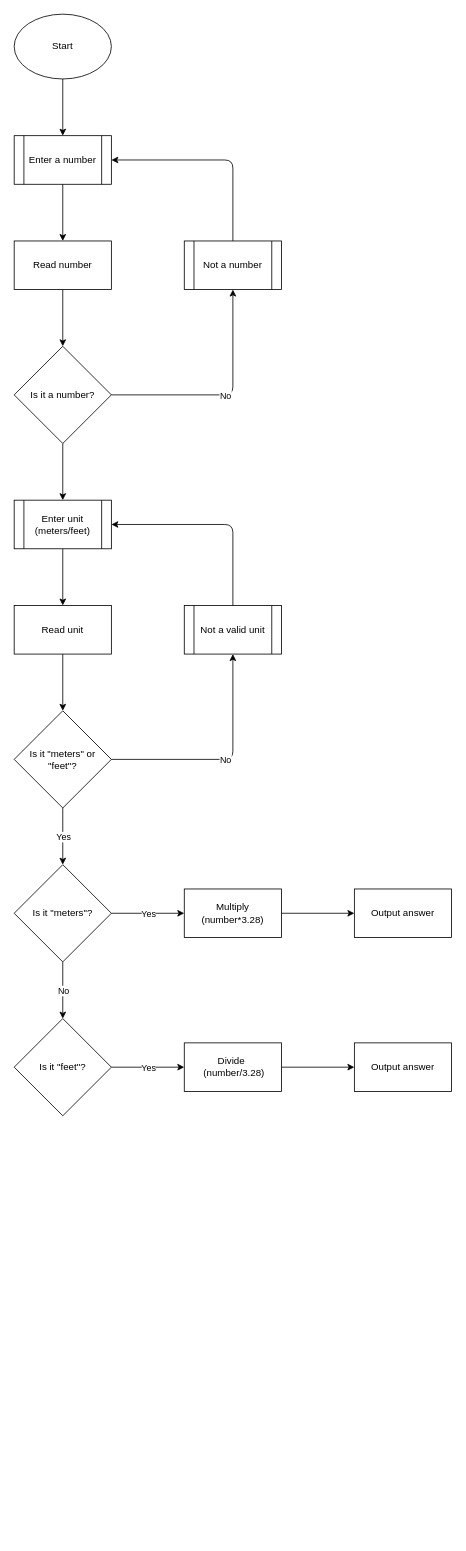
Before: page "Page-1" (1 of 2) of Untitled Diagram.drawio in AubertK1/A1.-Demo, a draw.io diagram. Source tidied: cells renumbered, new cells numbered last; positions are measured from the earlier drawing's top-left corner, leaving out a move shared by most shapes. Both pictures are drawn from the tidied source at 81%, with x=0, y=0 at pixel (14, 14).
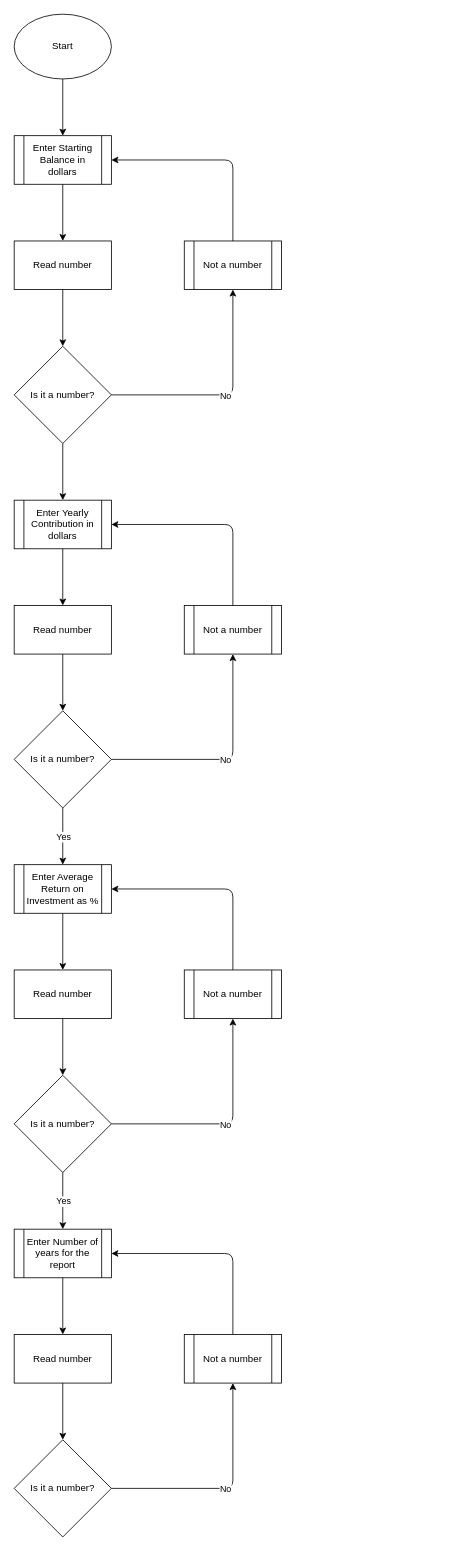
After the change.

Diff of the diagram source:
```diff
@@
-    <mxCell id="3" value="Enter a number" style="shape=process;whiteSpace=wrap;html=1;backgroundOutline=1;" parent="1" vertex="1">
+    <mxCell id="3" value="Enter Starting Balance in dollars" style="shape=process;whiteSpace=wrap;html=1;backgroundOutline=1;" parent="1" vertex="1">
       <mxGeometry y="150" width="120" height="60" as="geometry" />
     </mxCell>
@@
-    <mxCell id="10" value="Enter unit (meters/feet)" style="shape=process;whiteSpace=wrap;html=1;backgroundOutline=1;" parent="1" vertex="1">
+    <mxCell id="10" value="Enter Yearly Contribution in dollars" style="shape=process;whiteSpace=wrap;html=1;backgroundOutline=1;" parent="1" vertex="1">
       <mxGeometry y="600" width="120" height="60" as="geometry" />
     </mxCell>
-    <mxCell id="11" value="Read unit" style="rounded=0;whiteSpace=wrap;html=1;" parent="1" vertex="1">
+    <mxCell id="11" value="Read number" style="rounded=0;whiteSpace=wrap;html=1;" parent="1" vertex="1">
       <mxGeometry y="730" width="120" height="60" as="geometry" />
     </mxCell>
-    <mxCell id="12" value="Is it &quot;meters&quot; or &quot;feet&quot;?" style="rhombus;whiteSpace=wrap;html=1;" parent="1" vertex="1">
-      <mxGeometry y="860" width="120" height="120" as="geometry" />
-    </mxCell>
-    <mxCell id="13" value="Not a valid unit" style="shape=process;whiteSpace=wrap;html=1;backgroundOutline=1;" parent="1" vertex="1">
+    <mxCell id="13" value="Not a number" style="shape=process;whiteSpace=wrap;html=1;backgroundOutline=1;" parent="1" vertex="1">
       <mxGeometry x="210" y="730" width="120" height="60" as="geometry" />
     </mxCell>
-    <mxCell id="14" value="Is it &quot;meters&quot;?" style="rhombus;whiteSpace=wrap;html=1;" parent="1" vertex="1">
-      <mxGeometry y="1050" width="120" height="120" as="geometry" />
-    </mxCell>
-    <mxCell id="15" value="Is it &quot;feet&quot;?" style="rhombus;whiteSpace=wrap;html=1;" parent="1" vertex="1">
-      <mxGeometry y="1240" width="120" height="120" as="geometry" />
-    </mxCell>
-    <mxCell id="16" value="Divide&amp;nbsp; &amp;nbsp;(number/3.28)" style="rounded=0;whiteSpace=wrap;html=1;" parent="1" vertex="1">
-      <mxGeometry x="210" y="1270" width="120" height="60" as="geometry" />
-    </mxCell>
-    <mxCell id="17" value="Multiply (number*3.28)" style="rounded=0;whiteSpace=wrap;html=1;" parent="1" vertex="1">
-      <mxGeometry x="210" y="1080" width="120" height="60" as="geometry" />
-    </mxCell>
-    <mxCell id="18" value="Output answer" style="rounded=0;whiteSpace=wrap;html=1;" parent="1" vertex="1">
-      <mxGeometry x="420" y="1080" width="120" height="60" as="geometry" />
-    </mxCell>
-    <mxCell id="19" style="edgeStyle=orthogonalEdgeStyle;rounded=0;orthogonalLoop=1;jettySize=auto;html=1;exitX=0.5;exitY=1;exitDx=0;exitDy=0;" parent="1" edge="1" source="18" target="18">
-      <mxGeometry relative="1" as="geometry" />
-    </mxCell>
-    <mxCell id="20" value="Output answer" style="rounded=0;whiteSpace=wrap;html=1;" parent="1" vertex="1">
-      <mxGeometry x="420" y="1270" width="120" height="60" as="geometry" />
-    </mxCell>
-    <mxCell id="21" style="endArrow=classic;html=1;exitX=1;exitY=0.5;exitDx=0;exitDy=0;entryX=0;entryY=0.5;entryDx=0;entryDy=0;" parent="1" edge="1" source="16" target="20">
-      <mxGeometry relative="1" as="geometry" />
-    </mxCell>
-    <mxCell id="22" style="endArrow=classic;html=1;entryX=0;entryY=0.5;entryDx=0;entryDy=0;" parent="1" edge="1" target="18">
-      <mxGeometry relative="1" as="geometry">
-        <mxPoint x="330" y="1110" as="sourcePoint" />
-      </mxGeometry>
-    </mxCell>
-    <mxCell id="23" style="endArrow=classic;html=1;" parent="1" edge="1" target="12">
+    <mxCell id="23" style="endArrow=classic;html=1;" parent="1" edge="1">
       <mxGeometry relative="1" as="geometry">
         <mxPoint x="60" y="790" as="sourcePoint" />
+        <mxPoint x="60" y="860" as="targetPoint" />
       </mxGeometry>
     </mxCell>
@@
-    <mxCell id="30" style="endArrow=classic;html=1;entryX=0.5;entryY=0;entryDx=0;entryDy=0;" parent="1" edge="1" target="14">
+    <mxCell id="30" style="endArrow=classic;html=1;entryX=0.5;entryY=0;entryDx=0;entryDy=0;" parent="1" edge="1">
       <mxGeometry relative="1" as="geometry">
         <mxPoint x="60" y="980" as="sourcePoint" />
+        <mxPoint x="60" y="1050" as="targetPoint" />
       </mxGeometry>
     </mxCell>
@@
-    <mxCell id="34" style="endArrow=classic;html=1;" parent="1" edge="1">
-      <mxGeometry relative="1" as="geometry">
-        <mxPoint x="120" y="1110" as="sourcePoint" />
-        <mxPoint x="210" y="1110" as="targetPoint" />
-      </mxGeometry>
-    </mxCell>
-    <mxCell id="35" value="Yes" style="edgeLabel;html=1;align=center;verticalAlign=middle;" parent="34" vertex="1">
-      <mxGeometry relative="1" as="geometry" />
-    </mxCell>
-    <mxCell id="36" style="endArrow=classic;html=1;" parent="1" edge="1" target="15">
-      <mxGeometry relative="1" as="geometry">
-        <mxPoint x="60" y="1170" as="sourcePoint" />
-      </mxGeometry>
-    </mxCell>
-    <mxCell id="37" value="No" style="edgeLabel;html=1;align=center;verticalAlign=middle;" parent="36" vertex="1">
-      <mxGeometry relative="1" as="geometry" />
-    </mxCell>
-    <mxCell id="38" style="endArrow=classic;html=1;" parent="1" edge="1">
-      <mxGeometry relative="1" as="geometry">
-        <mxPoint x="120" y="1300" as="sourcePoint" />
-        <mxPoint x="210" y="1300" as="targetPoint" />
-      </mxGeometry>
-    </mxCell>
-    <mxCell id="39" value="Yes" style="edgeLabel;html=1;align=center;verticalAlign=middle;" parent="38" vertex="1">
-      <mxGeometry relative="1" as="geometry" />
-    </mxCell>
+    <mxCell id="40" value="Is it a number?" style="rhombus;whiteSpace=wrap;html=1;" parent="1" vertex="1">
+      <mxGeometry y="860" width="120" height="120" as="geometry" />
+    </mxCell>
+    <mxCell id="41" value="Enter Average Return on Investment as %" style="shape=process;whiteSpace=wrap;html=1;backgroundOutline=1;" parent="1" vertex="1">
+      <mxGeometry y="1050" width="120" height="60" as="geometry" />
+    </mxCell>
+    <mxCell id="42" value="Read number" style="rounded=0;whiteSpace=wrap;html=1;" parent="1" vertex="1">
+      <mxGeometry y="1180" width="120" height="60" as="geometry" />
+    </mxCell>
+    <mxCell id="43" style="endArrow=classic;html=1;" parent="1" edge="1">
+      <mxGeometry relative="1" as="geometry">
+        <mxPoint x="60" y="1240" as="sourcePoint" />
+        <mxPoint x="60" y="1310" as="targetPoint" />
+      </mxGeometry>
+    </mxCell>
+    <mxCell id="44" style="endArrow=classic;html=1;entryX=0.5;entryY=0;entryDx=0;entryDy=0;" parent="1" edge="1" target="42">
+      <mxGeometry relative="1" as="geometry">
+        <mxPoint x="60" y="1110" as="sourcePoint" />
+      </mxGeometry>
+    </mxCell>
+    <mxCell id="45" value="Is it a number?" style="rhombus;whiteSpace=wrap;html=1;" parent="1" vertex="1">
+      <mxGeometry y="1310" width="120" height="120" as="geometry" />
+    </mxCell>
+    <mxCell id="46" value="Not a number" style="shape=process;whiteSpace=wrap;html=1;backgroundOutline=1;" parent="1" vertex="1">
+      <mxGeometry x="210" y="1180" width="120" height="60" as="geometry" />
+    </mxCell>
+    <mxCell id="47" style="endArrow=classic;html=1;entryX=1;entryY=0.5;entryDx=0;entryDy=0;" parent="1" edge="1">
+      <mxGeometry relative="1" as="geometry">
+        <mxPoint x="270" y="1180" as="sourcePoint" />
+        <mxPoint x="120" y="1080" as="targetPoint" />
+        <Array as="points">
+          <mxPoint x="270" y="1080" />
+        </Array>
+      </mxGeometry>
+    </mxCell>
+    <mxCell id="48" style="endArrow=classic;html=1;entryX=0.5;entryY=1;entryDx=0;entryDy=0;" parent="1" edge="1" target="46">
+      <mxGeometry relative="1" as="geometry">
+        <mxPoint x="120" y="1370" as="sourcePoint" />
+        <Array as="points">
+          <mxPoint x="270" y="1370" />
+        </Array>
+      </mxGeometry>
+    </mxCell>
+    <mxCell id="49" value="No" style="edgeLabel;html=1;align=center;verticalAlign=middle;" parent="48" vertex="1">
+      <mxGeometry relative="1" as="geometry" />
+    </mxCell>
+    <mxCell id="50" style="endArrow=classic;html=1;entryX=0.5;entryY=0;entryDx=0;entryDy=0;" parent="1" edge="1">
+      <mxGeometry relative="1" as="geometry">
+        <mxPoint x="60" y="1430" as="sourcePoint" />
+        <mxPoint x="60" y="1500" as="targetPoint" />
+      </mxGeometry>
+    </mxCell>
+    <mxCell id="51" value="Yes" style="edgeLabel;html=1;align=center;verticalAlign=middle;" parent="50" vertex="1">
+      <mxGeometry relative="1" as="geometry" />
+    </mxCell>
+    <mxCell id="52" value="Enter Number of years for the report" style="shape=process;whiteSpace=wrap;html=1;backgroundOutline=1;" parent="1" vertex="1">
+      <mxGeometry y="1500" width="120" height="60" as="geometry" />
+    </mxCell>
+    <mxCell id="53" value="Read number" style="rounded=0;whiteSpace=wrap;html=1;" parent="1" vertex="1">
+      <mxGeometry y="1630" width="120" height="60" as="geometry" />
+    </mxCell>
+    <mxCell id="54" style="endArrow=classic;html=1;" parent="1" edge="1">
+      <mxGeometry relative="1" as="geometry">
+        <mxPoint x="60" y="1690" as="sourcePoint" />
+        <mxPoint x="60" y="1760" as="targetPoint" />
+      </mxGeometry>
+    </mxCell>
+    <mxCell id="55" style="endArrow=classic;html=1;entryX=0.5;entryY=0;entryDx=0;entryDy=0;" parent="1" edge="1" target="53">
+      <mxGeometry relative="1" as="geometry">
+        <mxPoint x="60" y="1560" as="sourcePoint" />
+      </mxGeometry>
+    </mxCell>
+    <mxCell id="56" value="Is it a number?" style="rhombus;whiteSpace=wrap;html=1;" parent="1" vertex="1">
+      <mxGeometry y="1760" width="120" height="120" as="geometry" />
+    </mxCell>
+    <mxCell id="57" value="Not a number" style="shape=process;whiteSpace=wrap;html=1;backgroundOutline=1;" parent="1" vertex="1">
+      <mxGeometry x="210" y="1630" width="120" height="60" as="geometry" />
+    </mxCell>
+    <mxCell id="58" style="endArrow=classic;html=1;entryX=1;entryY=0.5;entryDx=0;entryDy=0;" parent="1" edge="1">
+      <mxGeometry relative="1" as="geometry">
+        <mxPoint x="270" y="1630" as="sourcePoint" />
+        <mxPoint x="120" y="1530" as="targetPoint" />
+        <Array as="points">
+          <mxPoint x="270" y="1530" />
+        </Array>
+      </mxGeometry>
+    </mxCell>
+    <mxCell id="59" style="endArrow=classic;html=1;entryX=0.5;entryY=1;entryDx=0;entryDy=0;" parent="1" edge="1" target="57">
+      <mxGeometry relative="1" as="geometry">
+        <mxPoint x="120" y="1820" as="sourcePoint" />
+        <Array as="points">
+          <mxPoint x="270" y="1820" />
+        </Array>
+      </mxGeometry>
+    </mxCell>
+    <mxCell id="60" value="No" style="edgeLabel;html=1;align=center;verticalAlign=middle;" parent="59" vertex="1">
+      <mxGeometry relative="1" as="geometry" />
+    </mxCell>
```
